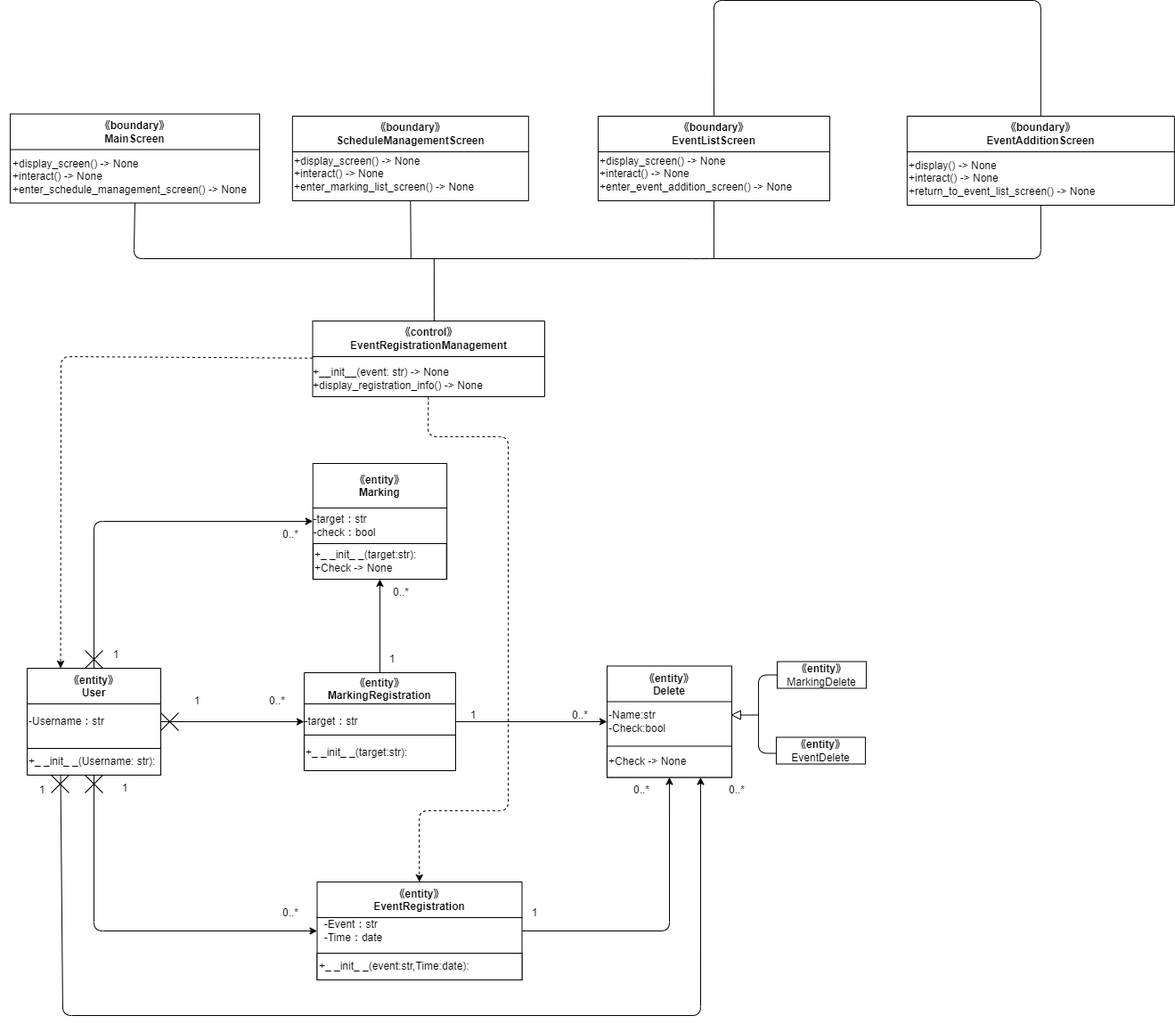
Earlier version of the draw.io export Design/設計Class10.drawio.png (Hu-Hanxu/First-App-Self-Management-). Source tidied: cells renumbered, new cells last; positions are measured from the earlier drawing's top-left corner, leaving out a move shared by most shapes. Source of this version:
```xml
<mxGraphModel>
  <root>
    <mxCell id="0" />
    <mxCell id="1" parent="0" />
    <mxCell id="2" value="&lt;span style=&quot;&quot;&gt;《control》&lt;br&gt;&lt;/span&gt;EventRegistration&lt;span style=&quot;&quot;&gt;Management&lt;br&gt;&lt;/span&gt;" style="swimlane;whiteSpace=wrap;html=1;startSize=40;" parent="1" vertex="1">
      <mxGeometry x="350.5" y="360" width="260.4" height="85" as="geometry" />
    </mxCell>
    <mxCell id="3" value="&lt;div style=&quot;text-align: left;&quot;&gt;&lt;span style=&quot;background-color: initial;&quot;&gt;+__init__(event: str) -&amp;gt; None&lt;/span&gt;&lt;/div&gt;&lt;div style=&quot;text-align: left;&quot;&gt;&lt;span style=&quot;background-color: initial;&quot;&gt;+display_registration_info() -&amp;gt; None&lt;/span&gt;&lt;/div&gt;" style="text;html=1;align=center;verticalAlign=middle;strokeColor=none;fillColor=none;" parent="2" vertex="1">
      <mxGeometry x="-9.6" y="45" width="210" height="40" as="geometry" />
    </mxCell>
    <mxCell id="4" value="《entity》&#10;MarkingRegistration" style="swimlane;startSize=35;" parent="1" vertex="1">
      <mxGeometry x="340.9" y="755" width="170" height="110" as="geometry" />
    </mxCell>
    <mxCell id="5" value="-target：str" style="text;html=1;align=center;verticalAlign=middle;strokeColor=none;fillColor=none;" parent="4" vertex="1">
      <mxGeometry x="-10" y="40" width="80" height="30" as="geometry" />
    </mxCell>
    <mxCell id="6" value="&lt;span style=&quot;&quot;&gt;+_ _init_ _(target:str):&lt;/span&gt;" style="rounded=0;whiteSpace=wrap;html=1;align=left;" parent="4" vertex="1">
      <mxGeometry y="70" width="170" height="40" as="geometry" />
    </mxCell>
    <mxCell id="7" value="《entity》&#10;Marking" style="swimlane;startSize=50;" parent="1" vertex="1">
      <mxGeometry x="350.7" y="520" width="150.4" height="130" as="geometry" />
    </mxCell>
    <mxCell id="8" value="&lt;div style=&quot;text-align: left;&quot;&gt;&lt;span style=&quot;background-color: initial;&quot;&gt;-target：str&lt;/span&gt;&lt;/div&gt;-check：bool" style="text;html=1;align=center;verticalAlign=middle;strokeColor=none;fillColor=none;" parent="7" vertex="1">
      <mxGeometry x="-9.6" y="50" width="90" height="40" as="geometry" />
    </mxCell>
    <mxCell id="9" value="+_ _init_ _(target:str):&lt;span style=&quot;&quot;&gt;&lt;br&gt;+Check -&amp;gt; None&lt;/span&gt;" style="rounded=0;whiteSpace=wrap;html=1;align=left;" parent="7" vertex="1">
      <mxGeometry x="0.4" y="90" width="149.6" height="40" as="geometry" />
    </mxCell>
    <mxCell id="10" value="《entity》&#10;User" style="swimlane;startSize=40;" parent="1" vertex="1">
      <mxGeometry x="30" y="750" width="150" height="120" as="geometry" />
    </mxCell>
    <mxCell id="11" value="-Username：str" style="text;html=1;align=left;verticalAlign=middle;strokeColor=none;fillColor=none;" parent="10" vertex="1">
      <mxGeometry y="45" width="110" height="30" as="geometry" />
    </mxCell>
    <mxCell id="12" value="+_ _init_ _(Username: str):" style="rounded=0;whiteSpace=wrap;html=1;align=left;" parent="10" vertex="1">
      <mxGeometry y="90" width="150" height="30" as="geometry" />
    </mxCell>
    <mxCell id="13" value="《entity》&#10;EventRegistration" style="swimlane;startSize=40;" parent="1" vertex="1">
      <mxGeometry x="355.5" y="990" width="230" height="110" as="geometry" />
    </mxCell>
    <mxCell id="14" value="&lt;div style=&quot;text-align: left;&quot;&gt;&lt;span style=&quot;background-color: initial;&quot;&gt;-Event：str&lt;/span&gt;&lt;/div&gt;&lt;div style=&quot;text-align: left;&quot;&gt;&lt;span style=&quot;background-color: initial;&quot;&gt;-Time：date&lt;/span&gt;&lt;/div&gt;" style="text;html=1;align=center;verticalAlign=middle;strokeColor=none;fillColor=none;" parent="13" vertex="1">
      <mxGeometry x="-5" y="35" width="90" height="40" as="geometry" />
    </mxCell>
    <mxCell id="15" value="&lt;span style=&quot;&quot;&gt;+_ _init_ _(event:str,Time:date):&lt;/span&gt;" style="rounded=0;whiteSpace=wrap;html=1;align=left;" parent="13" vertex="1">
      <mxGeometry y="80" width="230" height="30" as="geometry" />
    </mxCell>
    <mxCell id="16" value="《entity》&#10;Delete" style="swimlane;startSize=40;" parent="1" vertex="1">
      <mxGeometry x="680.9" y="747.5" width="140" height="125" as="geometry" />
    </mxCell>
    <mxCell id="17" value="-Name:str&lt;br&gt;&lt;div style=&quot;&quot;&gt;&lt;span style=&quot;background-color: initial;&quot;&gt;-Check:bool&lt;/span&gt;&lt;/div&gt;" style="text;html=1;align=left;verticalAlign=middle;strokeColor=none;fillColor=none;" parent="16" vertex="1">
      <mxGeometry y="42.5" width="90" height="40" as="geometry" />
    </mxCell>
    <mxCell id="18" value="+Check -&amp;gt; None" style="rounded=0;whiteSpace=wrap;html=1;align=left;" parent="16" vertex="1">
      <mxGeometry y="90" width="140" height="35" as="geometry" />
    </mxCell>
    <mxCell id="19" value="&lt;span style=&quot;font-weight: 700;&quot;&gt;《entity》&lt;/span&gt;&lt;br&gt;MarkingDelete" style="rounded=0;whiteSpace=wrap;html=1;" parent="1" vertex="1">
      <mxGeometry x="871.9" y="742.5" width="100" height="30" as="geometry" />
    </mxCell>
    <mxCell id="20" value="&lt;span style=&quot;font-weight: 700;&quot;&gt;《entity》&lt;/span&gt;&lt;br&gt;EventDelete" style="rounded=0;whiteSpace=wrap;html=1;" parent="1" vertex="1">
      <mxGeometry x="870.9" y="827.5" width="100" height="30" as="geometry" />
    </mxCell>
    <mxCell id="21" style="triangle;whiteSpace=wrap;html=1;direction=west;" parent="1" vertex="1">
      <mxGeometry x="820.9" y="797.5" width="10" height="10" as="geometry" />
    </mxCell>
    <mxCell id="22" style="endArrow=none;html=1;entryX=0;entryY=0.5;entryDx=0;entryDy=0;exitX=-0.005;exitY=0.601;exitDx=0;exitDy=0;exitPerimeter=0;" parent="1" edge="1" source="20" target="19">
      <mxGeometry relative="1" as="geometry">
        <Array as="points">
          <mxPoint x="850.9" y="845.5" />
          <mxPoint x="850.9" y="757.5" />
        </Array>
      </mxGeometry>
    </mxCell>
    <mxCell id="23" style="endArrow=none;html=1;entryX=0;entryY=0.5;entryDx=0;entryDy=0;" parent="1" edge="1" target="21">
      <mxGeometry relative="1" as="geometry">
        <mxPoint x="850.9" y="802.5" as="sourcePoint" />
      </mxGeometry>
    </mxCell>
    <mxCell id="24" value="《boundary》&lt;br&gt;MainScreen" style="swimlane;whiteSpace=wrap;html=1;startSize=40;" parent="1" vertex="1">
      <mxGeometry x="10.9" y="127.5" width="280" height="100" as="geometry" />
    </mxCell>
    <mxCell id="25" value="&lt;div style=&quot;text-align: left;&quot;&gt;+display_screen() -&amp;gt; None&amp;nbsp;&lt;/div&gt;&lt;div style=&quot;text-align: left;&quot;&gt;+interact() -&amp;gt; None&lt;/div&gt;&lt;div style=&quot;text-align: left;&quot;&gt;+enter_schedule_management_screen() -&amp;gt; None&lt;br&gt;&lt;/div&gt;" style="text;html=1;align=center;verticalAlign=middle;strokeColor=none;fillColor=none;" parent="24" vertex="1">
      <mxGeometry x="-10.9" y="40" width="290" height="60" as="geometry" />
    </mxCell>
    <mxCell id="26" value="《boundary》&lt;br&gt;ScheduleManagementScreen" style="swimlane;whiteSpace=wrap;html=1;startSize=40;" parent="1" vertex="1">
      <mxGeometry x="327.8" y="130" width="265" height="95" as="geometry" />
    </mxCell>
    <mxCell id="27" value="&lt;div style=&quot;&quot;&gt;+display_screen() -&amp;gt; None&amp;nbsp;&lt;/div&gt;&lt;div style=&quot;&quot;&gt;+interact() -&amp;gt; None&lt;/div&gt;&lt;div style=&quot;&quot;&gt;+enter_marking_list_screen() -&amp;gt; None&lt;br&gt;&lt;/div&gt;" style="text;html=1;align=left;verticalAlign=middle;strokeColor=none;fillColor=none;" parent="26" vertex="1">
      <mxGeometry y="35" width="230" height="60" as="geometry" />
    </mxCell>
    <mxCell id="28" value="《boundary》&lt;br&gt;EventListScreen" style="swimlane;whiteSpace=wrap;html=1;startSize=40;" parent="1" vertex="1">
      <mxGeometry x="670.9" y="130" width="260" height="95" as="geometry" />
    </mxCell>
    <mxCell id="29" value="&lt;div style=&quot;&quot;&gt;+display_screen() -&amp;gt; None&amp;nbsp;&lt;/div&gt;&lt;div style=&quot;&quot;&gt;+interact() -&amp;gt; None&lt;/div&gt;&lt;div style=&quot;&quot;&gt;+enter_event&lt;span style=&quot;background-color: initial;&quot;&gt;_addition_screen() -&amp;gt; None&lt;/span&gt;&lt;/div&gt;" style="text;html=1;align=left;verticalAlign=middle;strokeColor=none;fillColor=none;" parent="28" vertex="1">
      <mxGeometry y="35" width="240" height="60" as="geometry" />
    </mxCell>
    <mxCell id="30" value="《boundary》&lt;br&gt;EventAdditionScreen" style="swimlane;whiteSpace=wrap;html=1;startSize=40;" parent="1" vertex="1">
      <mxGeometry x="1017.8" y="130" width="300" height="100" as="geometry" />
    </mxCell>
    <mxCell id="31" value="&lt;div style=&quot;&quot;&gt;&lt;span style=&quot;background-color: initial;&quot;&gt;+display() -&amp;gt; None&lt;/span&gt;&lt;/div&gt;&lt;div style=&quot;&quot;&gt;&lt;span style=&quot;background-color: initial;&quot;&gt;+interact() -&amp;gt; None&lt;/span&gt;&lt;/div&gt;&lt;div style=&quot;&quot;&gt;&lt;span style=&quot;background-color: initial;&quot;&gt;+return_to_event_list_screen() -&amp;gt; None&lt;/span&gt;&lt;/div&gt;" style="text;html=1;align=left;verticalAlign=middle;strokeColor=none;fillColor=none;" parent="30" vertex="1">
      <mxGeometry y="40" width="230" height="60" as="geometry" />
    </mxCell>
    <mxCell id="32" style="endArrow=none;html=1;exitX=0.5;exitY=1;exitDx=0;exitDy=0;entryX=0.5;entryY=1;entryDx=0;entryDy=0;" parent="1" edge="1" source="24" target="30">
      <mxGeometry relative="1" as="geometry">
        <Array as="points">
          <mxPoint x="149.8" y="290" />
          <mxPoint x="786.2" y="290" />
          <mxPoint x="1167.8" y="290" />
        </Array>
      </mxGeometry>
    </mxCell>
    <mxCell id="33" style="endArrow=none;html=1;entryX=0.5;entryY=1;entryDx=0;entryDy=0;" parent="1" edge="1" target="28">
      <mxGeometry relative="1" as="geometry">
        <mxPoint x="800.8" y="290" as="sourcePoint" />
      </mxGeometry>
    </mxCell>
    <mxCell id="34" style="endArrow=none;html=1;entryX=0.5;entryY=1;entryDx=0;entryDy=0;" parent="1" edge="1" target="26">
      <mxGeometry relative="1" as="geometry">
        <mxPoint x="460.8" y="290" as="sourcePoint" />
      </mxGeometry>
    </mxCell>
    <mxCell id="35" style="endArrow=none;html=1;entryX=0.5;entryY=0;entryDx=0;entryDy=0;exitX=0.5;exitY=0;exitDx=0;exitDy=0;" parent="1" edge="1" source="28" target="30">
      <mxGeometry relative="1" as="geometry">
        <Array as="points">
          <mxPoint x="800.8" />
          <mxPoint x="1167.8" />
        </Array>
      </mxGeometry>
    </mxCell>
    <mxCell id="36" style="endArrow=none;html=1;exitX=0.5;exitY=0;exitDx=0;exitDy=0;" parent="1" edge="1">
      <mxGeometry relative="1" as="geometry">
        <mxPoint x="486.9" y="360" as="sourcePoint" />
        <mxPoint x="486.8" y="290" as="targetPoint" />
      </mxGeometry>
    </mxCell>
    <mxCell id="37" value="1" style="text;html=1;strokeColor=none;fillColor=none;align=center;verticalAlign=middle;whiteSpace=wrap;rounded=0;" parent="1" vertex="1">
      <mxGeometry x="190.9" y="772.5" width="60" height="30" as="geometry" />
    </mxCell>
    <mxCell id="38" value="0..*" style="text;html=1;strokeColor=none;fillColor=none;align=center;verticalAlign=middle;whiteSpace=wrap;rounded=0;" parent="1" vertex="1">
      <mxGeometry x="280.9" y="772.5" width="60" height="30" as="geometry" />
    </mxCell>
    <mxCell id="39" style="group;" parent="1" vertex="1">
      <mxGeometry x="180" y="800" width="20" height="20" as="geometry" />
    </mxCell>
    <mxCell id="40" style="endArrow=none;html=1;" parent="39" edge="1">
      <mxGeometry relative="1" as="geometry">
        <mxPoint as="sourcePoint" />
        <mxPoint x="20" y="20" as="targetPoint" />
      </mxGeometry>
    </mxCell>
    <mxCell id="41" style="endArrow=none;html=1;" parent="39" edge="1">
      <mxGeometry relative="1" as="geometry">
        <mxPoint y="20" as="sourcePoint" />
        <mxPoint x="20" as="targetPoint" />
      </mxGeometry>
    </mxCell>
    <mxCell id="42" style="endArrow=classic;html=1;" parent="1" edge="1" source="10" target="4">
      <mxGeometry relative="1" as="geometry" />
    </mxCell>
    <mxCell id="43" style="endArrow=classic;html=1;" parent="1" edge="1" source="4" target="16">
      <mxGeometry relative="1" as="geometry" />
    </mxCell>
    <mxCell id="44" value="1" style="text;html=1;strokeColor=none;fillColor=none;align=center;verticalAlign=middle;whiteSpace=wrap;rounded=0;" parent="1" vertex="1">
      <mxGeometry x="500.9" y="787.5" width="60" height="30" as="geometry" />
    </mxCell>
    <mxCell id="45" value="0..*" style="text;html=1;strokeColor=none;fillColor=none;align=center;verticalAlign=middle;whiteSpace=wrap;rounded=0;" parent="1" vertex="1">
      <mxGeometry x="620.9" y="787.5" width="60" height="30" as="geometry" />
    </mxCell>
    <mxCell id="46" style="endArrow=classic;html=1;" parent="1" edge="1" source="4" target="7">
      <mxGeometry relative="1" as="geometry" />
    </mxCell>
    <mxCell id="47" value="1" style="text;html=1;strokeColor=none;fillColor=none;align=center;verticalAlign=middle;whiteSpace=wrap;rounded=0;" parent="1" vertex="1">
      <mxGeometry x="410" y="725" width="60" height="30" as="geometry" />
    </mxCell>
    <mxCell id="48" value="0..*" style="text;html=1;strokeColor=none;fillColor=none;align=center;verticalAlign=middle;whiteSpace=wrap;rounded=0;" parent="1" vertex="1">
      <mxGeometry x="420" y="650" width="60" height="30" as="geometry" />
    </mxCell>
    <mxCell id="49" value="1" style="text;html=1;strokeColor=none;fillColor=none;align=center;verticalAlign=middle;whiteSpace=wrap;rounded=0;" parent="1" vertex="1">
      <mxGeometry x="110" y="870" width="60" height="30" as="geometry" />
    </mxCell>
    <mxCell id="50" value="0..*" style="text;html=1;strokeColor=none;fillColor=none;align=center;verticalAlign=middle;whiteSpace=wrap;rounded=0;" parent="1" vertex="1">
      <mxGeometry x="295.5" y="1010" width="60" height="30" as="geometry" />
    </mxCell>
    <mxCell id="51" style="group;" parent="1" vertex="1">
      <mxGeometry x="95" y="870" width="20" height="20" as="geometry" />
    </mxCell>
    <mxCell id="52" style="endArrow=none;html=1;" parent="51" edge="1">
      <mxGeometry relative="1" as="geometry">
        <mxPoint as="sourcePoint" />
        <mxPoint x="20" y="20" as="targetPoint" />
      </mxGeometry>
    </mxCell>
    <mxCell id="53" style="endArrow=none;html=1;" parent="51" edge="1">
      <mxGeometry relative="1" as="geometry">
        <mxPoint y="20" as="sourcePoint" />
        <mxPoint x="20" as="targetPoint" />
      </mxGeometry>
    </mxCell>
    <mxCell id="54" style="endArrow=classic;html=1;" parent="1" edge="1" source="10" target="13">
      <mxGeometry relative="1" as="geometry">
        <Array as="points">
          <mxPoint x="105" y="1045" />
        </Array>
      </mxGeometry>
    </mxCell>
    <mxCell id="55" style="endArrow=classic;html=1;" parent="1" edge="1" source="13" target="16">
      <mxGeometry relative="1" as="geometry">
        <Array as="points">
          <mxPoint x="751" y="1045" />
        </Array>
      </mxGeometry>
    </mxCell>
    <mxCell id="56" value="1" style="text;html=1;strokeColor=none;fillColor=none;align=center;verticalAlign=middle;whiteSpace=wrap;rounded=0;" parent="1" vertex="1">
      <mxGeometry x="570" y="1010" width="60" height="30" as="geometry" />
    </mxCell>
    <mxCell id="57" value="0..*" style="text;html=1;strokeColor=none;fillColor=none;align=center;verticalAlign=middle;whiteSpace=wrap;rounded=0;" parent="1" vertex="1">
      <mxGeometry x="690" y="872.5" width="60" height="30" as="geometry" />
    </mxCell>
    <mxCell id="58" style="endArrow=classic;html=1;" parent="1" edge="1" source="10" target="7">
      <mxGeometry relative="1" as="geometry">
        <Array as="points">
          <mxPoint x="105" y="585" />
        </Array>
      </mxGeometry>
    </mxCell>
    <mxCell id="59" style="group;" parent="1" vertex="1">
      <mxGeometry x="95" y="730" width="20" height="20" as="geometry" />
    </mxCell>
    <mxCell id="60" style="endArrow=none;html=1;" parent="59" edge="1">
      <mxGeometry relative="1" as="geometry">
        <mxPoint as="sourcePoint" />
        <mxPoint x="20" y="20" as="targetPoint" />
      </mxGeometry>
    </mxCell>
    <mxCell id="61" style="endArrow=none;html=1;" parent="59" edge="1">
      <mxGeometry relative="1" as="geometry">
        <mxPoint y="20" as="sourcePoint" />
        <mxPoint x="20" as="targetPoint" />
      </mxGeometry>
    </mxCell>
    <mxCell id="62" value="1" style="text;html=1;strokeColor=none;fillColor=none;align=center;verticalAlign=middle;whiteSpace=wrap;rounded=0;" parent="1" vertex="1">
      <mxGeometry x="100" y="720" width="60" height="30" as="geometry" />
    </mxCell>
    <mxCell id="63" value="0..*" style="text;html=1;strokeColor=none;fillColor=none;align=center;verticalAlign=middle;whiteSpace=wrap;rounded=0;" parent="1" vertex="1">
      <mxGeometry x="295.5" y="585" width="60" height="30" as="geometry" />
    </mxCell>
    <mxCell id="64" style="endArrow=classic;html=1;exitX=0.25;exitY=1;exitDx=0;exitDy=0;entryX=0.75;entryY=1;entryDx=0;entryDy=0;" parent="1" edge="1" source="12" target="18">
      <mxGeometry relative="1" as="geometry">
        <Array as="points">
          <mxPoint x="70" y="1140" />
          <mxPoint x="786" y="1140" />
        </Array>
      </mxGeometry>
    </mxCell>
    <mxCell id="65" style="group;" parent="1" vertex="1">
      <mxGeometry x="57" y="870" width="20" height="20" as="geometry" />
    </mxCell>
    <mxCell id="66" style="endArrow=none;html=1;" parent="65" edge="1">
      <mxGeometry relative="1" as="geometry">
        <mxPoint as="sourcePoint" />
        <mxPoint x="20" y="20" as="targetPoint" />
      </mxGeometry>
    </mxCell>
    <mxCell id="67" style="endArrow=none;html=1;" parent="65" edge="1">
      <mxGeometry relative="1" as="geometry">
        <mxPoint y="20" as="sourcePoint" />
        <mxPoint x="20" as="targetPoint" />
      </mxGeometry>
    </mxCell>
    <mxCell id="68" value="1" style="text;html=1;strokeColor=none;fillColor=none;align=center;verticalAlign=middle;whiteSpace=wrap;rounded=0;" parent="1" vertex="1">
      <mxGeometry x="17" y="872.5" width="60" height="30" as="geometry" />
    </mxCell>
    <mxCell id="69" value="0..*" style="text;html=1;strokeColor=none;fillColor=none;align=center;verticalAlign=middle;whiteSpace=wrap;rounded=0;" parent="1" vertex="1">
      <mxGeometry x="797" y="872.5" width="60" height="30" as="geometry" />
    </mxCell>
    <mxCell id="70" style="endArrow=classic;html=1;entryX=0.25;entryY=0;entryDx=0;entryDy=0;dashed=1;" parent="1" edge="1" source="2" target="10">
      <mxGeometry relative="1" as="geometry">
        <Array as="points">
          <mxPoint x="68" y="400" />
        </Array>
      </mxGeometry>
    </mxCell>
    <mxCell id="71" style="endArrow=classic;html=1;dashed=1;" parent="1" edge="1" source="2" target="13">
      <mxGeometry relative="1" as="geometry">
        <Array as="points">
          <mxPoint x="480" y="490" />
          <mxPoint x="570" y="490" />
          <mxPoint x="570" y="710" />
          <mxPoint x="570" y="910" />
          <mxPoint x="470" y="910" />
        </Array>
      </mxGeometry>
    </mxCell>
  </root>
</mxGraphModel>
```
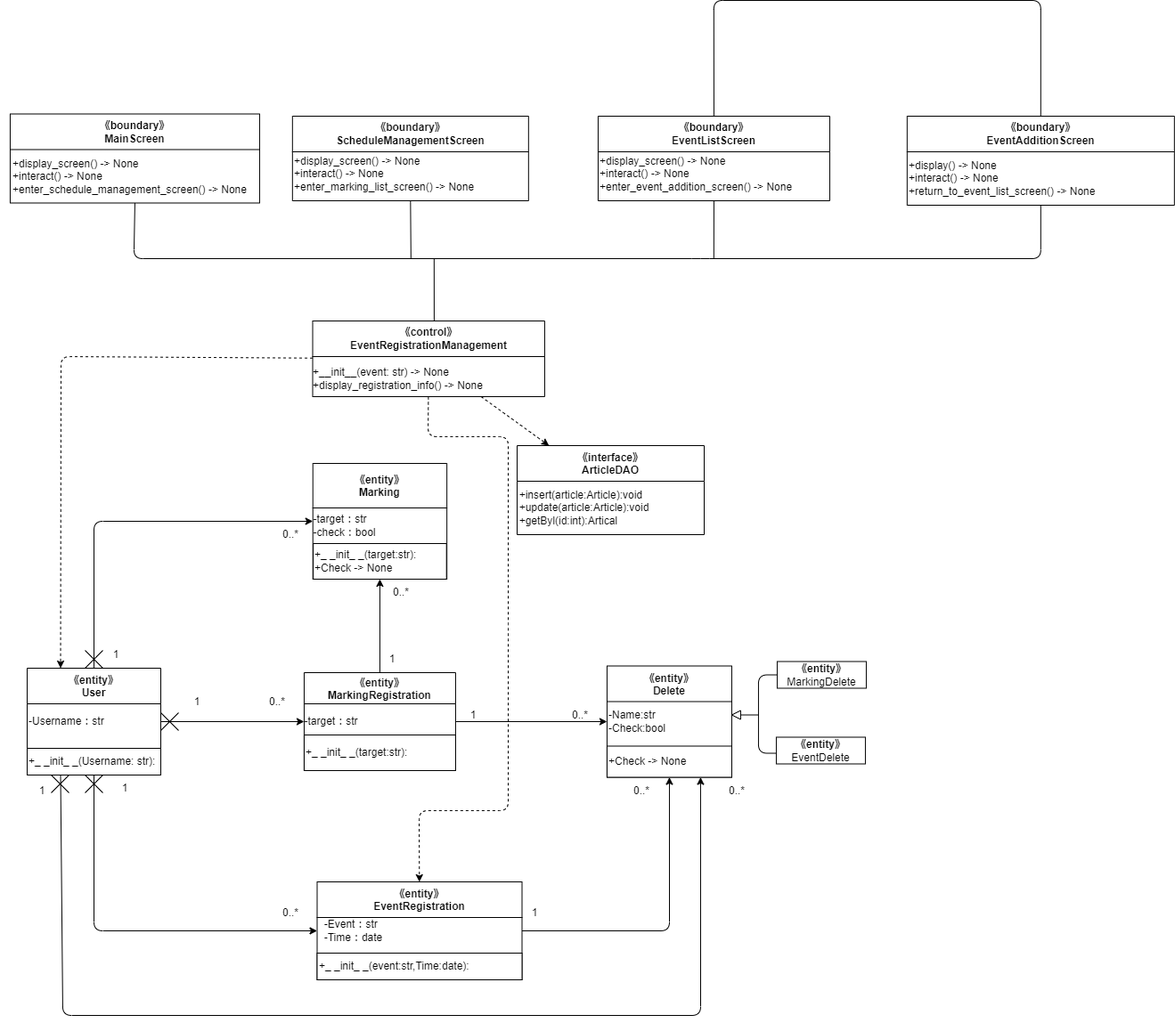
The same diagram one commit later.

The edit, as a diff of the source:
```diff
@@ -290,5 +290,14 @@
         </Array>
       </mxGeometry>
     </mxCell>
+    <mxCell id="72" style="edgeStyle=none;html=1;dashed=1;" parent="1" edge="1" source="2" target="73">
+      <mxGeometry relative="1" as="geometry" />
+    </mxCell>
+    <mxCell id="73" value="《interface》&#10;ArticleDAO" style="swimlane;startSize=40;" parent="1" vertex="1">
+      <mxGeometry x="580" y="500" width="210" height="100" as="geometry" />
+    </mxCell>
+    <mxCell id="74" value="&lt;div style=&quot;text-align: left;&quot;&gt;&lt;span style=&quot;background-color: initial;&quot;&gt;+insert(article:Article):void&lt;/span&gt;&lt;/div&gt;&lt;div style=&quot;text-align: left;&quot;&gt;&lt;span style=&quot;background-color: initial;&quot;&gt;+update(article:Article):void&lt;/span&gt;&lt;/div&gt;&lt;div style=&quot;text-align: left;&quot;&gt;&lt;span style=&quot;background-color: initial;&quot;&gt;+getByl(id:int):Artical&lt;/span&gt;&lt;/div&gt;" style="text;html=1;align=center;verticalAlign=middle;strokeColor=none;fillColor=none;" parent="73" vertex="1">
+      <mxGeometry x="-10" y="40" width="170" height="60" as="geometry" />
+    </mxCell>
   </root>
 </mxGraphModel>
```
